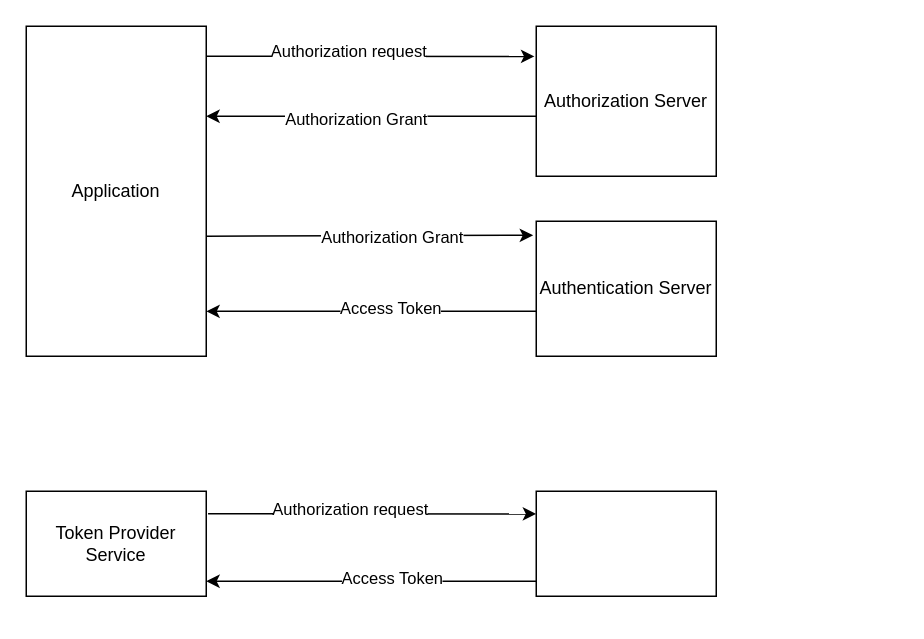
Before: spec/Untitled Diagram.drawio in jermolova/light4jstudy, a draw.io diagram. Source tidied: cells renumbered, new cells numbered last; positions are measured from the earlier drawing's top-left corner, leaving out a move shared by most shapes. Both pictures are drawn from the tidied source at 150%, with x=0, y=0 at pixel (26, 26).
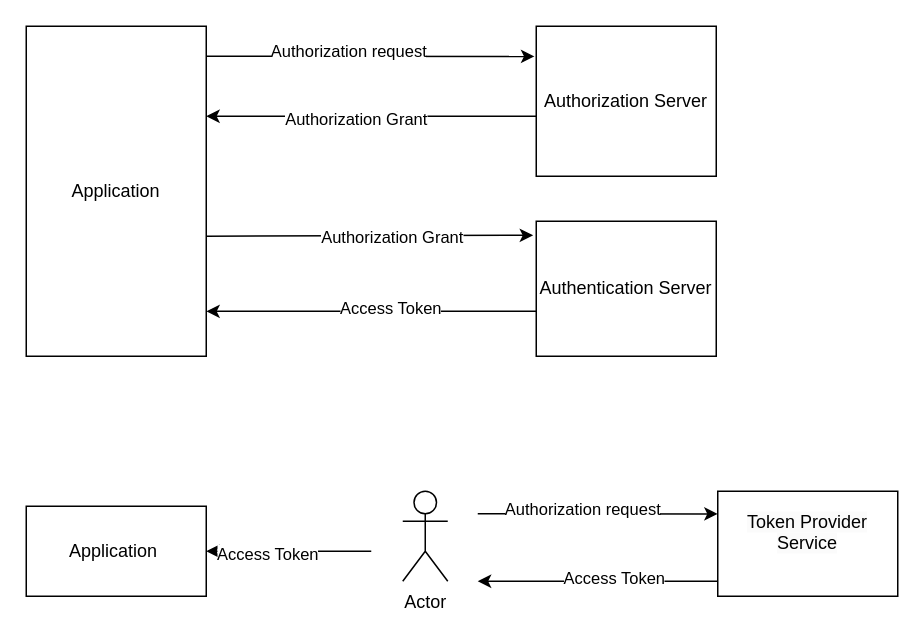
After the change.

Diff of the diagram source:
```diff
@@
-    <mxCell id="13" value="Token Provider Service" style="rounded=0;whiteSpace=wrap;html=1;" parent="1" vertex="1">
-      <mxGeometry y="310" width="120" height="70" as="geometry" />
-    </mxCell>
-    <mxCell id="14" style="rounded=0;whiteSpace=wrap;html=1;" parent="1" vertex="1">
-      <mxGeometry x="340" y="310" width="120" height="70" as="geometry" />
+    <mxCell id="14" value="&#10;&lt;span style=&quot;color: rgb(0, 0, 0); font-family: Helvetica; font-size: 12px; font-style: normal; font-variant-ligatures: normal; font-variant-caps: normal; font-weight: 400; letter-spacing: normal; orphans: 2; text-align: center; text-indent: 0px; text-transform: none; widows: 2; word-spacing: 0px; -webkit-text-stroke-width: 0px; background-color: rgb(251, 251, 251); text-decoration-thickness: initial; text-decoration-style: initial; text-decoration-color: initial; float: none; display: inline !important;&quot;&gt;Token Provider Service&lt;/span&gt;&#10;&#10;" style="rounded=0;whiteSpace=wrap;html=1;" parent="1" vertex="1">
+      <mxGeometry x="461" y="310" width="120" height="70" as="geometry" />
     </mxCell>
     <mxCell id="15" style="endArrow=classic;html=1;rounded=0;entryX=-0.01;entryY=0.401;entryDx=0;entryDy=0;entryPerimeter=0;" parent="1" edge="1">
       <mxGeometry relative="1" as="geometry">
-        <mxPoint x="121.2" y="325" as="sourcePoint" />
-        <mxPoint x="340" y="325.1" as="targetPoint" />
+        <mxPoint x="301" y="325" as="sourcePoint" />
+        <mxPoint x="461" y="325.1" as="targetPoint" />
       </mxGeometry>
     </mxCell>
@@
-    <mxCell id="17" style="endArrow=classic;html=1;rounded=0;entryX=1;entryY=0.864;entryDx=0;entryDy=0;entryPerimeter=0;" parent="1" edge="1">
+    <mxCell id="17" style="endArrow=classic;html=1;rounded=0;" parent="1" edge="1">
       <mxGeometry relative="1" as="geometry">
-        <mxPoint x="340" y="370" as="sourcePoint" />
-        <mxPoint x="120" y="370" as="targetPoint" />
+        <mxPoint x="461" y="370" as="sourcePoint" />
+        <mxPoint x="301" y="370" as="targetPoint" />
       </mxGeometry>
     </mxCell>
@@
+    <mxCell id="19" value="Application&amp;nbsp;" style="rounded=0;whiteSpace=wrap;html=1;" parent="1" vertex="1">
+      <mxGeometry y="320" width="120" height="60" as="geometry" />
+    </mxCell>
+    <mxCell id="20" value="Actor" style="shape=umlActor;verticalLabelPosition=bottom;verticalAlign=top;html=1;" parent="1" vertex="1">
+      <mxGeometry x="251" y="310" width="30" height="60" as="geometry" />
+    </mxCell>
+    <mxCell id="21" style="endArrow=classic;html=1;rounded=0;entryX=1;entryY=0.5;entryDx=0;entryDy=0;" parent="1" edge="1" target="19">
+      <mxGeometry relative="1" as="geometry">
+        <mxPoint x="230" y="350" as="sourcePoint" />
+      </mxGeometry>
+    </mxCell>
+    <mxCell id="22" value="Access Token" style="edgeLabel;html=1;align=center;verticalAlign=middle;" parent="21" vertex="1">
+      <mxGeometry x="0.27" y="1" relative="1" as="geometry" />
+    </mxCell>
```
